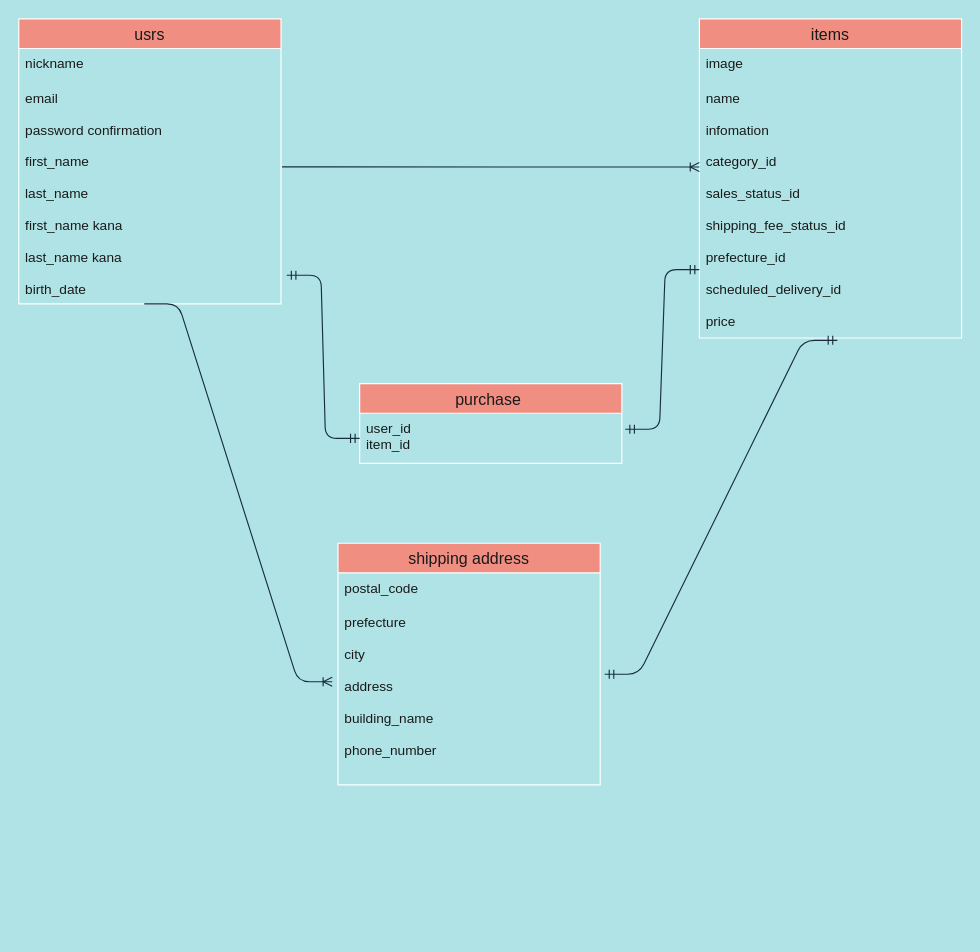
Earlier version of the draw.io diagram test.dio (brooks-brothers-007/furima-33063). Source tidied: cells renumbered, new cells numbered last; positions are measured from the earlier drawing's top-left corner, leaving out a move shared by most shapes. Both pictures are drawn from the tidied source at 114%, with x=0, y=0 at pixel (18, 18).
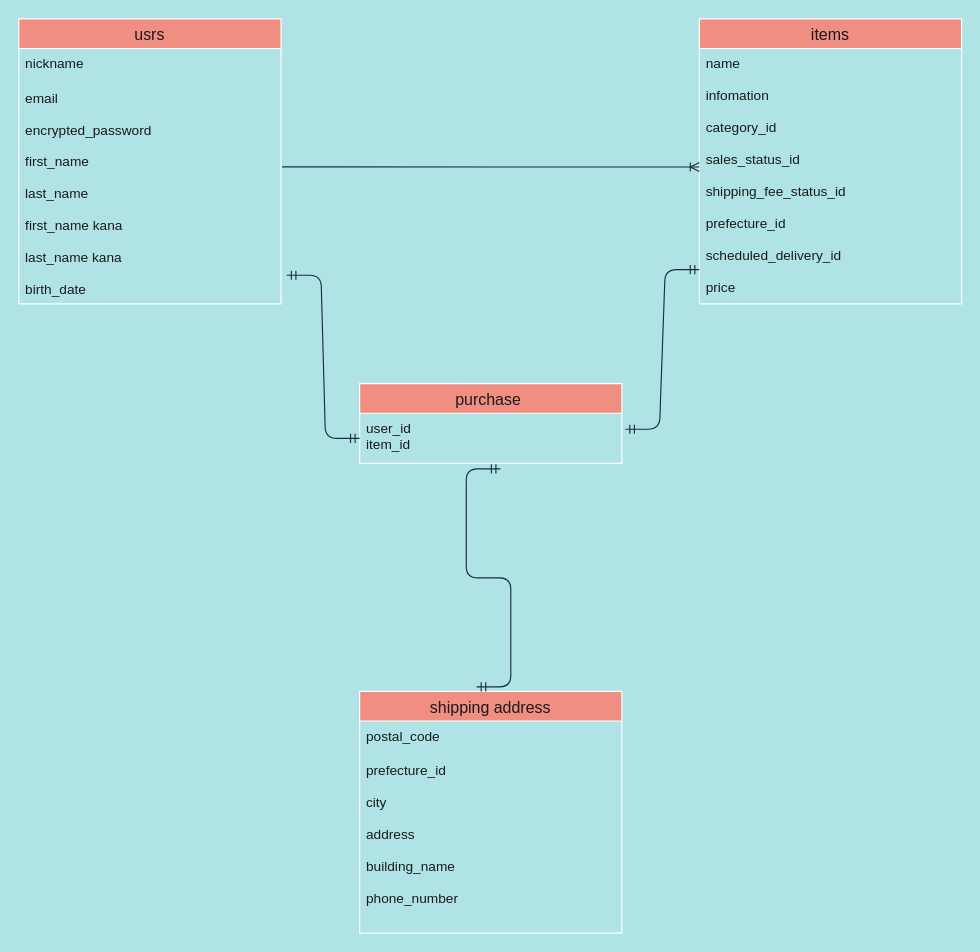
Above is the later version.

Commit message (it also covers changes not shown here):
データベース設計4

The change refers to these unchanged cells:
```xml
<mxCell id="3" value="usrs" style="swimlane;fontStyle=0;horizontal=1;startSize=26;align=center;fontSize=14;fillColor=#F08E81;strokeColor=#FFFFFF;fontColor=#1A1A1A;" parent="1" vertex="1">
  <mxGeometry width="230" height="250" as="geometry" />
</mxCell>
<mxCell id="17" value="user_id&#10;item_id" style="text;strokeColor=none;fillColor=none;spacingLeft=4;spacingRight=4;overflow=hidden;points=[[0,0.5],[1,0.5]];portConstraint=eastwest;fontSize=12;fontColor=#1A1A1A;" parent="16" vertex="1">
  <mxGeometry y="26" width="230" height="44" as="geometry" />
</mxCell>
```

What changed in the source:
```diff
@@
-    <mxCell id="5" value=" email &#10;&#10;password confirmation&#10;&#10;first_name&#10;&#10;last_name &#10;&#10;first_name kana&#10;&#10;last_name kana &#10;&#10;birth_date&#10;&#10;&#10;" style="text;strokeColor=none;fillColor=none;spacingLeft=4;spacingRight=4;overflow=hidden;points=[[0,0.5],[1,0.5]];portConstraint=eastwest;fontSize=12;fontColor=#1A1A1A;" parent="3" vertex="1">
+    <mxCell id="5" value=" email &#10;&#10;encrypted_password&#10;&#10;first_name&#10;&#10;last_name &#10;&#10;first_name kana&#10;&#10;last_name kana &#10;&#10;birth_date&#10;&#10;&#10;" style="text;strokeColor=none;fillColor=none;spacingLeft=4;spacingRight=4;overflow=hidden;points=[[0,0.5],[1,0.5]];portConstraint=eastwest;fontSize=12;fontColor=#1A1A1A;" parent="3" vertex="1">
       <mxGeometry y="56" width="230" height="194" as="geometry" />
     </mxCell>
-    <mxCell id="6" style="edgeStyle=entityRelationEdgeStyle;fontSize=12;html=1;endArrow=ERoneToMany;strokeColor=#182E3E;entryX=-0.022;entryY=0.42;entryDx=0;entryDy=0;entryPerimeter=0;" parent="3" edge="1" target="14">
-      <mxGeometry relative="1" as="geometry">
-        <mxPoint x="110" y="250" as="sourcePoint" />
-      </mxGeometry>
-    </mxCell>
@@
     <mxCell id="8" value="items" style="swimlane;fontStyle=0;horizontal=1;startSize=26;align=center;fontSize=14;fillColor=#F08E81;strokeColor=#FFFFFF;fontColor=#1A1A1A;" parent="1" vertex="1">
-      <mxGeometry x="597" width="230" height="280" as="geometry" />
+      <mxGeometry x="597" width="230" height="250" as="geometry" />
     </mxCell>
-    <mxCell id="9" value="image" style="text;strokeColor=none;fillColor=none;spacingLeft=4;spacingRight=4;overflow=hidden;fontSize=12;fontColor=#1A1A1A;" parent="8" vertex="1">
-      <mxGeometry y="26" width="230" height="30" as="geometry" />
-    </mxCell>
@@
     <mxCell id="11" value="name&#10;&#10;infomation&#10;&#10;category_id &#10;&#10;sales_status_id&#10;&#10;shipping_fee_status_id&#10;&#10;prefecture_id&#10;&#10;scheduled_delivery_id&#10;&#10;price&#10;&#10;&#10;" style="text;strokeColor=none;fillColor=none;spacingLeft=4;spacingRight=4;overflow=hidden;points=[[0,0.5],[1,0.5]];portConstraint=eastwest;fontSize=12;fontColor=#1A1A1A;" parent="8" vertex="1">
-      <mxGeometry y="56" width="230" height="224" as="geometry" />
+      <mxGeometry y="26" width="230" height="224" as="geometry" />
     </mxCell>
     <mxCell id="12" value="shipping address" style="swimlane;fontStyle=0;horizontal=1;startSize=26;align=center;fontSize=14;fillColor=#F08E81;strokeColor=#FFFFFF;fontColor=#1A1A1A;" parent="1" vertex="1">
-      <mxGeometry x="280" y="460" width="230" height="212" as="geometry" />
+      <mxGeometry x="299" y="590" width="230" height="212" as="geometry" />
     </mxCell>
@@
-    <mxCell id="14" value="prefecture  &#10;&#10;city&#10;&#10;address&#10;&#10;building_name&#10;&#10;phone_number &#10;&#10;&#10;&#10;&#10;&#10;&#10;&#10;&#10;&#10;&#10;&#10;" style="text;strokeColor=none;fillColor=none;spacingLeft=4;spacingRight=4;overflow=hidden;points=[[0,0.5],[1,0.5]];portConstraint=eastwest;fontSize=12;fontColor=#1A1A1A;" parent="12" vertex="1">
+    <mxCell id="14" value="prefecture_id&#10;&#10;city&#10;&#10;address&#10;&#10;building_name&#10;&#10;phone_number &#10;&#10;&#10;&#10;&#10;&#10;&#10;&#10;&#10;&#10;&#10;&#10;" style="text;strokeColor=none;fillColor=none;spacingLeft=4;spacingRight=4;overflow=hidden;points=[[0,0.5],[1,0.5]];portConstraint=eastwest;fontSize=12;fontColor=#1A1A1A;" parent="12" vertex="1">
       <mxGeometry y="56" width="230" height="156" as="geometry" />
     </mxCell>
-    <mxCell id="15" style="edgeStyle=entityRelationEdgeStyle;fontSize=12;html=1;endArrow=ERmandOne;startArrow=ERmandOne;strokeColor=#182E3E;entryX=0.526;entryY=1.009;entryDx=0;entryDy=0;entryPerimeter=0;exitX=1.017;exitY=0.378;exitDx=0;exitDy=0;exitPerimeter=0;" parent="1" edge="1" source="14" target="11">
-      <mxGeometry relative="1" as="geometry" />
-    </mxCell>
@@
+    <mxCell id="20" style="edgeStyle=entityRelationEdgeStyle;fontSize=12;html=1;endArrow=ERmandOne;startArrow=ERmandOne;strokeColor=#182E3E;entryX=0.537;entryY=1.109;entryDx=0;entryDy=0;entryPerimeter=0;exitX=0.446;exitY=-0.019;exitDx=0;exitDy=0;exitPerimeter=0;" parent="1" edge="1" source="12" target="17">
+      <mxGeometry relative="1" as="geometry" />
+    </mxCell>
```
